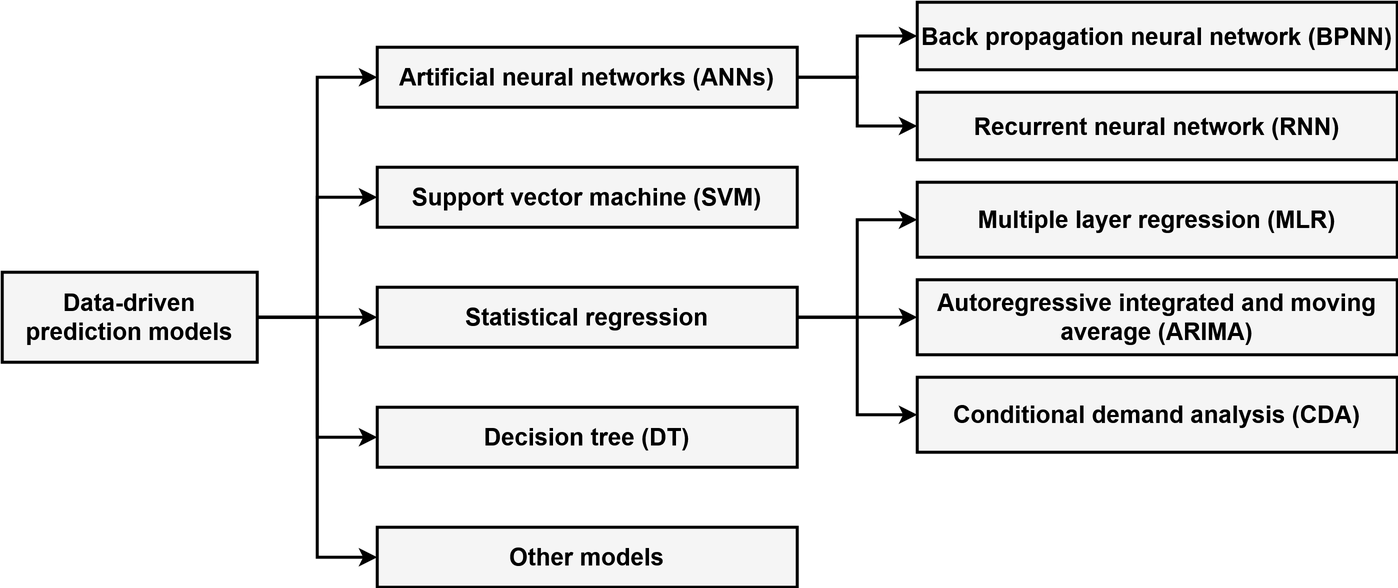
Earlier version of the draw.io export Images/data-drive prediction models.png (tomasbogalho/Tom-s-Bogalho-MSc-Thesis-New). Source tidied: cells renumbered, new cells last; positions are measured from the earlier drawing's top-left corner, leaving out a move shared by most shapes.
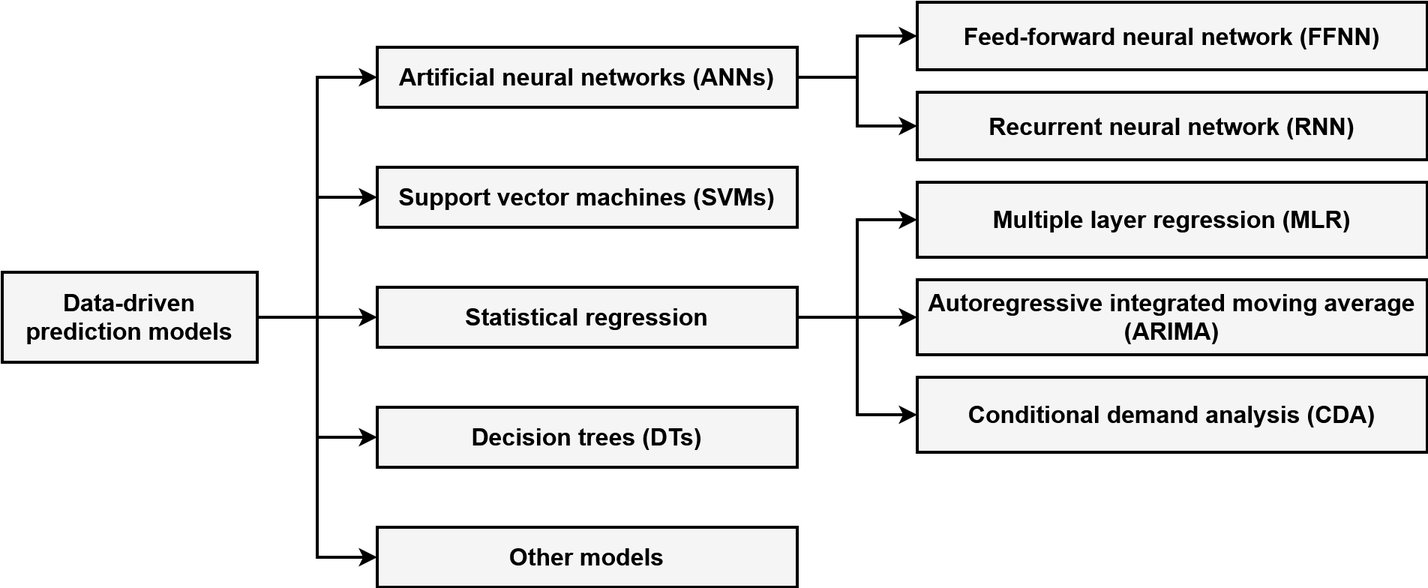
The same diagram one commit later.

What changed in the source:
```diff
@@ -5,36 +5,36 @@
     <mxCell id="2" style="edgeStyle=orthogonalEdgeStyle;rounded=0;jettySize=auto;html=1;exitX=1;exitY=0.5;exitDx=0;exitDy=0;entryX=0;entryY=0.5;entryDx=0;entryDy=0;fillColor=#f5f5f5;fontStyle=1;strokeWidth=2;" parent="1" edge="1" source="7" target="10">
       <mxGeometry relative="1" as="geometry" />
     </mxCell>
-    <mxCell id="3" style="edgeStyle=orthogonalEdgeStyle;rounded=0;jettySize=auto;html=1;exitX=1;exitY=0.5;exitDx=0;exitDy=0;entryX=0;entryY=0.5;entryDx=0;entryDy=0;fillColor=#f5f5f5;fontStyle=1;strokeWidth=2;" parent="1" edge="1" source="7" target="16">
-      <mxGeometry relative="1" as="geometry" />
-    </mxCell>
+    <mxCell id="23" style="edgeStyle=orthogonalEdgeStyle;rounded=0;jettySize=auto;html=1;exitX=1;exitY=0.5;exitDx=0;exitDy=0;entryX=0;entryY=0.5;entryDx=0;entryDy=0;fillColor=#f5f5f5;fontStyle=1;strokeWidth=2;" parent="1" edge="1" source="7" target="28">
+      <mxGeometry relative="1" as="geometry" />
+    </mxCell>
     <mxCell id="4" style="edgeStyle=orthogonalEdgeStyle;rounded=0;jettySize=auto;html=1;exitX=1;exitY=0.5;exitDx=0;exitDy=0;entryX=0;entryY=0.5;entryDx=0;entryDy=0;fillColor=#f5f5f5;fontStyle=1;strokeWidth=2;" parent="1" edge="1" source="7" target="15">
       <mxGeometry relative="1" as="geometry" />
     </mxCell>
     <mxCell id="5" style="edgeStyle=orthogonalEdgeStyle;rounded=0;jettySize=auto;html=1;exitX=1;exitY=0.5;exitDx=0;exitDy=0;entryX=0;entryY=0.5;entryDx=0;entryDy=0;fillColor=#f5f5f5;fontStyle=1;strokeWidth=2;" parent="1" edge="1" source="7" target="17">
       <mxGeometry relative="1" as="geometry" />
     </mxCell>
-    <mxCell id="6" style="edgeStyle=orthogonalEdgeStyle;rounded=0;jettySize=auto;html=1;exitX=1;exitY=0.5;exitDx=0;exitDy=0;entryX=0;entryY=0.5;entryDx=0;entryDy=0;fillColor=#f5f5f5;fontStyle=1;strokeWidth=2;" parent="1" edge="1" source="7" target="11">
-      <mxGeometry relative="1" as="geometry" />
-    </mxCell>
+    <mxCell id="24" style="edgeStyle=orthogonalEdgeStyle;rounded=0;jettySize=auto;html=1;exitX=1;exitY=0.5;exitDx=0;exitDy=0;entryX=0;entryY=0.5;entryDx=0;entryDy=0;fillColor=#f5f5f5;fontStyle=1;strokeWidth=2;" parent="1" edge="1" source="7" target="26">
+      <mxGeometry relative="1" as="geometry" />
+    </mxCell>
     <mxCell id="7" value="Data-driven prediction models" style="rounded=0;whiteSpace=wrap;html=1;fontSize=16;fillColor=#f5f5f5;fontStyle=1;strokeWidth=2;" parent="1" vertex="1">
       <mxGeometry y="180" width="170" height="60" as="geometry" />
     </mxCell>
-    <mxCell id="8" style="edgeStyle=orthogonalEdgeStyle;rounded=0;jettySize=auto;html=1;exitX=1;exitY=0.5;exitDx=0;exitDy=0;entryX=0;entryY=0.5;entryDx=0;entryDy=0;fillColor=#f5f5f5;fontStyle=1;strokeWidth=2;" parent="1" edge="1" source="10" target="18">
-      <mxGeometry relative="1" as="geometry" />
-    </mxCell>
+    <mxCell id="25" style="edgeStyle=orthogonalEdgeStyle;rounded=0;jettySize=auto;html=1;exitX=1;exitY=0.5;exitDx=0;exitDy=0;entryX=0;entryY=0.5;entryDx=0;entryDy=0;fillColor=#f5f5f5;fontStyle=1;strokeWidth=2;" parent="1" edge="1" source="10" target="29">
+      <mxGeometry relative="1" as="geometry" />
+    </mxCell>
     <mxCell id="9" style="edgeStyle=orthogonalEdgeStyle;rounded=0;jettySize=auto;html=1;exitX=1;exitY=0.5;exitDx=0;exitDy=0;entryX=0;entryY=0.5;entryDx=0;entryDy=0;fillColor=#f5f5f5;fontStyle=1;strokeWidth=2;" parent="1" edge="1" source="10" target="19">
       <mxGeometry relative="1" as="geometry" />
     </mxCell>
     <mxCell id="10" value="&lt;div style=&quot;font-size: 16px&quot;&gt;&lt;font style=&quot;font-size: 16px&quot;&gt;Artificial neural networks (ANNs)&lt;br&gt;&lt;/font&gt;&lt;/div&gt;" style="rounded=0;whiteSpace=wrap;html=1;fillColor=#f5f5f5;fontStyle=1;strokeWidth=2;" parent="1" vertex="1">
       <mxGeometry x="250" y="30" width="280" height="40" as="geometry" />
     </mxCell>
-    <mxCell id="11" value="&lt;font style=&quot;font-size: 16px&quot;&gt;Support vector machine (SVM)&lt;br&gt;&lt;/font&gt;" style="rounded=0;whiteSpace=wrap;html=1;fillColor=#f5f5f5;fontStyle=1;strokeWidth=2;" parent="1" vertex="1">
-      <mxGeometry x="250" y="110" width="280" height="40" as="geometry" />
-    </mxCell>
-    <mxCell id="12" style="edgeStyle=orthogonalEdgeStyle;rounded=0;jettySize=auto;html=1;exitX=1;exitY=0.5;exitDx=0;exitDy=0;entryX=0;entryY=0.5;entryDx=0;entryDy=0;fillColor=#f5f5f5;fontStyle=1;strokeWidth=2;" parent="1" edge="1" source="15" target="21">
-      <mxGeometry relative="1" as="geometry" />
-    </mxCell>
+    <mxCell id="26" value="&lt;font style=&quot;font-size: 16px&quot;&gt;Support vector machines (SVMs)&lt;br&gt;&lt;/font&gt;" style="rounded=0;whiteSpace=wrap;html=1;fillColor=#f5f5f5;fontStyle=1;strokeWidth=2;" parent="1" vertex="1">
+      <mxGeometry x="250" y="110" width="280" height="40" as="geometry" />
+    </mxCell>
+    <mxCell id="27" style="edgeStyle=orthogonalEdgeStyle;rounded=0;jettySize=auto;html=1;exitX=1;exitY=0.5;exitDx=0;exitDy=0;entryX=0;entryY=0.5;entryDx=0;entryDy=0;fillColor=#f5f5f5;fontStyle=1;strokeWidth=2;" parent="1" edge="1" source="15" target="30">
+      <mxGeometry relative="1" as="geometry" />
+    </mxCell>
     <mxCell id="13" style="edgeStyle=orthogonalEdgeStyle;rounded=0;jettySize=auto;html=1;exitX=1;exitY=0.5;exitDx=0;exitDy=0;entryX=0;entryY=0.5;entryDx=0;entryDy=0;fillColor=#f5f5f5;fontStyle=1;strokeWidth=2;" parent="1" edge="1" source="15" target="22">
       <mxGeometry relative="1" as="geometry" />
     </mxCell>
@@ -44,26 +44,26 @@
     <mxCell id="15" value="&lt;font style=&quot;font-size: 16px&quot;&gt;Statistical regression&lt;/font&gt;" style="rounded=0;whiteSpace=wrap;html=1;fillColor=#f5f5f5;fontStyle=1;strokeWidth=2;" parent="1" vertex="1">
       <mxGeometry x="250" y="190" width="280" height="40" as="geometry" />
     </mxCell>
-    <mxCell id="16" value="&lt;font style=&quot;font-size: 16px&quot;&gt;Decision tree (DT)&lt;/font&gt;" style="rounded=0;whiteSpace=wrap;html=1;fillColor=#f5f5f5;fontStyle=1;strokeWidth=2;" parent="1" vertex="1">
-      <mxGeometry x="250" y="270" width="280" height="40" as="geometry" />
-    </mxCell>
+    <mxCell id="28" value="&lt;font style=&quot;font-size: 16px&quot;&gt;Decision trees (DTs)&lt;/font&gt;" style="rounded=0;whiteSpace=wrap;html=1;fillColor=#f5f5f5;fontStyle=1;strokeWidth=2;" parent="1" vertex="1">
+      <mxGeometry x="250" y="270" width="280" height="40" as="geometry" />
+    </mxCell>
     <mxCell id="17" value="&lt;font style=&quot;font-size: 16px&quot;&gt;Other models&lt;br&gt;&lt;/font&gt;" style="rounded=0;whiteSpace=wrap;html=1;fillColor=#f5f5f5;fontStyle=1;strokeWidth=2;" parent="1" vertex="1">
       <mxGeometry x="250" y="350" width="280" height="40" as="geometry" />
     </mxCell>
-    <mxCell id="18" value="&lt;div style=&quot;font-size: 16px&quot;&gt;Back propagation neural network (BPNN)&lt;/div&gt;" style="rounded=0;whiteSpace=wrap;html=1;fillColor=#f5f5f5;fontStyle=1;strokeWidth=2;" parent="1" vertex="1">
-      <mxGeometry x="610" width="320" height="45" as="geometry" />
-    </mxCell>
+    <mxCell id="29" value="&lt;div style=&quot;font-size: 16px&quot;&gt;Feed-forward neural network (FFNN)&lt;/div&gt;" style="rounded=0;whiteSpace=wrap;html=1;fillColor=#f5f5f5;fontStyle=1;strokeWidth=2;" parent="1" vertex="1">
+      <mxGeometry x="610" width="340" height="45" as="geometry" />
+    </mxCell>
     <mxCell id="19" value="&lt;div style=&quot;font-size: 16px&quot;&gt;&lt;div style=&quot;font-size: 16px&quot;&gt;Recurrent neural network (RNN)&lt;/div&gt;&lt;/div&gt;" style="rounded=0;whiteSpace=wrap;html=1;fillColor=#f5f5f5;fontStyle=1;strokeWidth=2;" parent="1" vertex="1">
-      <mxGeometry x="610" y="60" width="320" height="45" as="geometry" />
+      <mxGeometry x="610" y="60" width="340" height="45" as="geometry" />
     </mxCell>
     <mxCell id="20" value="&lt;div style=&quot;font-size: 16px&quot;&gt;&lt;font style=&quot;font-size: 16px&quot;&gt;Multiple layer regression (MLR)&lt;br&gt;&lt;/font&gt;&lt;/div&gt;" style="rounded=0;whiteSpace=wrap;html=1;fillColor=#f5f5f5;fontStyle=1;strokeWidth=2;" parent="1" vertex="1">
-      <mxGeometry x="610" y="120" width="320" height="50" as="geometry" />
+      <mxGeometry x="610" y="120" width="340" height="50" as="geometry" />
     </mxCell>
-    <mxCell id="21" value="&lt;font style=&quot;font-size: 16px&quot;&gt;Autoregressive integrated and moving average (ARIMA)&lt;br&gt;&lt;/font&gt;" style="rounded=0;whiteSpace=wrap;html=1;fillColor=#f5f5f5;fontStyle=1;strokeWidth=2;" parent="1" vertex="1">
-      <mxGeometry x="610" y="185" width="320" height="50" as="geometry" />
-    </mxCell>
+    <mxCell id="30" value="&lt;font style=&quot;font-size: 16px&quot;&gt;Autoregressive integrated moving average (ARIMA)&lt;br&gt;&lt;/font&gt;" style="rounded=0;whiteSpace=wrap;html=1;fillColor=#f5f5f5;fontStyle=1;strokeWidth=2;" parent="1" vertex="1">
+      <mxGeometry x="610" y="185" width="340" height="50" as="geometry" />
+    </mxCell>
     <mxCell id="22" value="&lt;div style=&quot;font-size: 16px&quot;&gt;Conditional demand analysis (CDA)&lt;font style=&quot;font-size: 16px&quot;&gt;&lt;br&gt;&lt;/font&gt;&lt;/div&gt;" style="rounded=0;whiteSpace=wrap;html=1;fillColor=#f5f5f5;fontStyle=1;strokeWidth=2;" parent="1" vertex="1">
-      <mxGeometry x="610" y="250" width="320" height="50" as="geometry" />
+      <mxGeometry x="610" y="250" width="340" height="50" as="geometry" />
     </mxCell>
   </root>
 </mxGraphModel>
```
